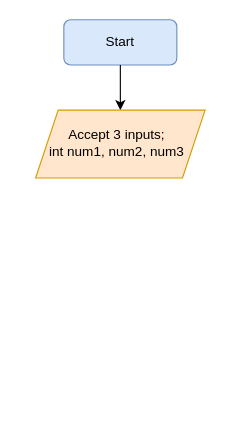
redolfosei/flowCharts keeps this draw.io diagram as Untitled Diagram.drawio. Above is the earlier version. Source tidied: cells renumbered, new cells numbered last; positions are measured from the earlier drawing's top-left corner, leaving out a move shared by most shapes. Both pictures are drawn from the tidied source at 113%, with x=0, y=0 at pixel (26, 19).
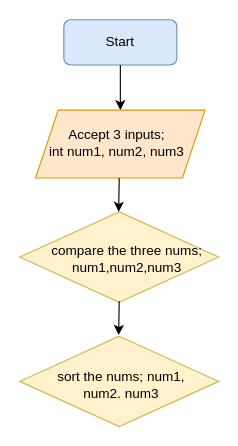
The same page after the edit.

The edit, as a diff of the source:
```diff
@@
 <mxGraphModel>
   <root>
     <mxCell id="0" />
     <mxCell id="1" parent="0" />
     <mxCell id="2" style="rounded=1;whiteSpace=wrap;html=1;fillColor=#dae8fc;strokeColor=#6c8ebf;" parent="1" vertex="1">
       <mxGeometry x="33" width="100" height="40" as="geometry" />
     </mxCell>
     <mxCell id="3" value="Start" style="text;html=1;strokeColor=none;fillColor=none;align=center;verticalAlign=middle;whiteSpace=wrap;rounded=0;" parent="1" vertex="1">
       <mxGeometry x="53" y="5" width="60" height="30" as="geometry" />
     </mxCell>
     <mxCell id="4" style="endArrow=classic;html=1;rounded=0;exitX=0.5;exitY=1;exitDx=0;exitDy=0;" parent="1" edge="1">
       <mxGeometry relative="1" as="geometry">
         <mxPoint x="83" y="40" as="sourcePoint" />
         <mxPoint x="83" y="80" as="targetPoint" />
       </mxGeometry>
     </mxCell>
     <mxCell id="5" style="shape=parallelogram;perimeter=parallelogramPerimeter;whiteSpace=wrap;html=1;fixedSize=1;fillColor=#ffe6cc;strokeColor=#d79b00;" parent="1" vertex="1">
       <mxGeometry x="8" y="80" width="150" height="60" as="geometry" />
     </mxCell>
     <mxCell id="6" value="Accept 3 inputs;&lt;br&gt;int num1, num2, num3" style="text;html=1;strokeColor=none;fillColor=none;align=center;verticalAlign=middle;whiteSpace=wrap;rounded=0;" parent="1" vertex="1">
       <mxGeometry y="94" width="160" height="30" as="geometry" />
     </mxCell>
+    <mxCell id="7" style="rhombus;whiteSpace=wrap;html=1;fillColor=#fff2cc;strokeColor=#d6b656;" parent="1" vertex="1">
+      <mxGeometry x="-6" y="170" width="176" height="80" as="geometry" />
+    </mxCell>
+    <mxCell id="8" value="compare the three nums; num1,num2,num3" style="text;html=1;strokeColor=none;fillColor=none;align=center;verticalAlign=middle;whiteSpace=wrap;rounded=0;" parent="1" vertex="1">
+      <mxGeometry x="14" y="197" width="150" height="30" as="geometry" />
+    </mxCell>
+    <mxCell id="9" style="endArrow=classic;html=1;rounded=0;" parent="1" edge="1">
+      <mxGeometry relative="1" as="geometry">
+        <mxPoint x="82" y="140" as="sourcePoint" />
+        <mxPoint x="81.5" y="170" as="targetPoint" />
+      </mxGeometry>
+    </mxCell>
+    <mxCell id="10" style="endArrow=classic;html=1;rounded=0;" parent="1" edge="1">
+      <mxGeometry relative="1" as="geometry">
+        <mxPoint x="82" y="249" as="sourcePoint" />
+        <mxPoint x="81.5" y="279" as="targetPoint" />
+      </mxGeometry>
+    </mxCell>
+    <mxCell id="11" style="rhombus;whiteSpace=wrap;html=1;fillColor=#fff2cc;strokeColor=#d6b656;" parent="1" vertex="1">
+      <mxGeometry x="-6" y="280" width="176" height="80" as="geometry" />
+    </mxCell>
+    <mxCell id="12" value="sort the nums; num1, num2. num3" style="text;html=1;strokeColor=none;fillColor=none;align=center;verticalAlign=middle;whiteSpace=wrap;rounded=0;" parent="1" vertex="1">
+      <mxGeometry x="9" y="309" width="150" height="27" as="geometry" />
+    </mxCell>
   </root>
 </mxGraphModel>
```
